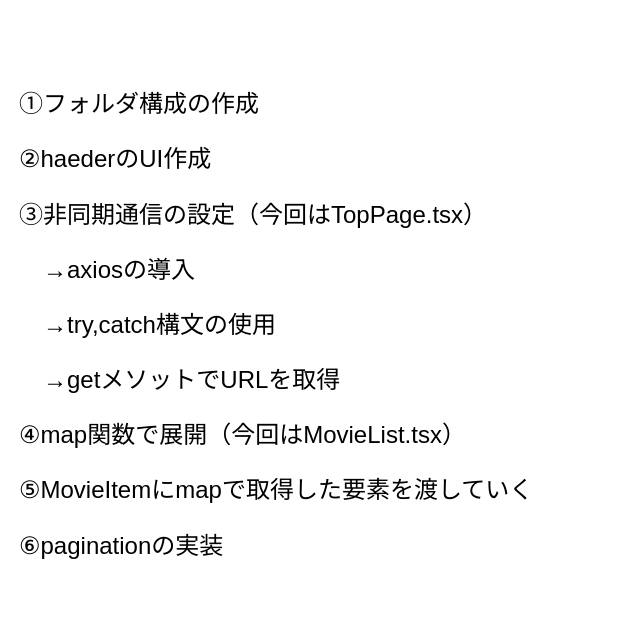
Earlier version of the draw.io diagram page "フローの書き出し" (3 of 3) of diagram.dio (Yuta-Tsutsumi/movie_site). Source tidied: cells renumbered, new cells numbered last; positions are measured from the earlier drawing's top-left corner, leaving out a move shared by most shapes. Both pictures are drawn from the tidied source at 100%, with x=0, y=0 at pixel (17, 17).
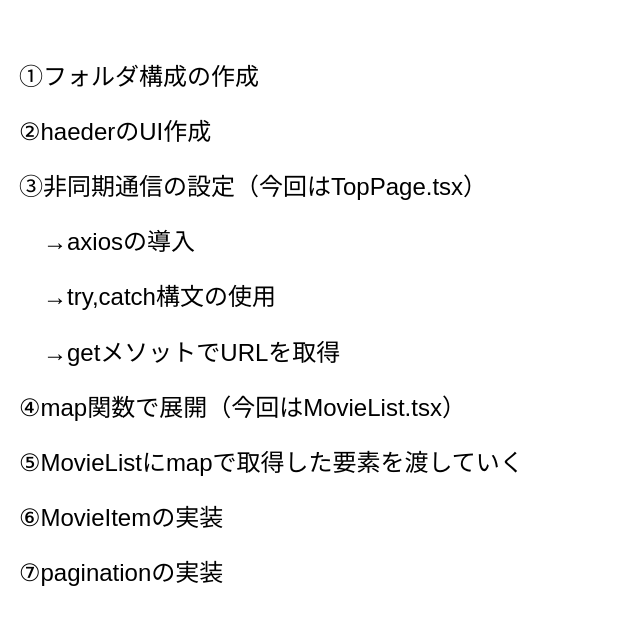
After the change.

Commit message:
フローの書き足し

The edit, as a diff of the source:
```diff
@@
 <mxGraphModel>
   <root>
     <mxCell id="0" />
     <mxCell id="1" parent="0" />
-    <mxCell id="2" value="&lt;font style=&quot;font-size: 24px&quot;&gt;①フォルダ構成の作成&lt;br&gt;②haederのUI作成&lt;br&gt;③非同期通信の設定（今回はTopPage.tsx）&lt;br&gt;　→axiosの導入&lt;br&gt;　→try,catch構文の使用&lt;br&gt;　→getメソットでURLを取得&lt;br&gt;④map関数で展開（今回はMovieList.tsx）&lt;br&gt;⑤MovieItemにmapで取得した要素を渡していく&lt;br&gt;⑥paginationの実装&lt;br&gt;&lt;/font&gt;" style="text;html=1;strokeColor=none;fillColor=none;align=left;verticalAlign=middle;whiteSpace=wrap;rounded=0;fontSize=46;" parent="1" vertex="1">
+    <mxCell id="2" value="&lt;font style=&quot;font-size: 24px&quot;&gt;①フォルダ構成の作成&lt;br&gt;②haederのUI作成&lt;br&gt;③非同期通信の設定（今回はTopPage.tsx）&lt;br&gt;　→axiosの導入&lt;br&gt;　→try,catch構文の使用&lt;br&gt;　→getメソットでURLを取得&lt;br&gt;④map関数で展開（今回はMovieList.tsx）&lt;br&gt;⑤MovieListにmapで取得した要素を渡していく&lt;br&gt;⑥MovieItemの実装&lt;br&gt;⑦paginationの実装&lt;br&gt;&lt;/font&gt;" style="text;html=1;strokeColor=none;fillColor=none;align=left;verticalAlign=middle;whiteSpace=wrap;rounded=0;fontSize=46;" parent="1" vertex="1">
       <mxGeometry width="590" height="600" as="geometry" />
     </mxCell>
   </root>
 </mxGraphModel>
```
